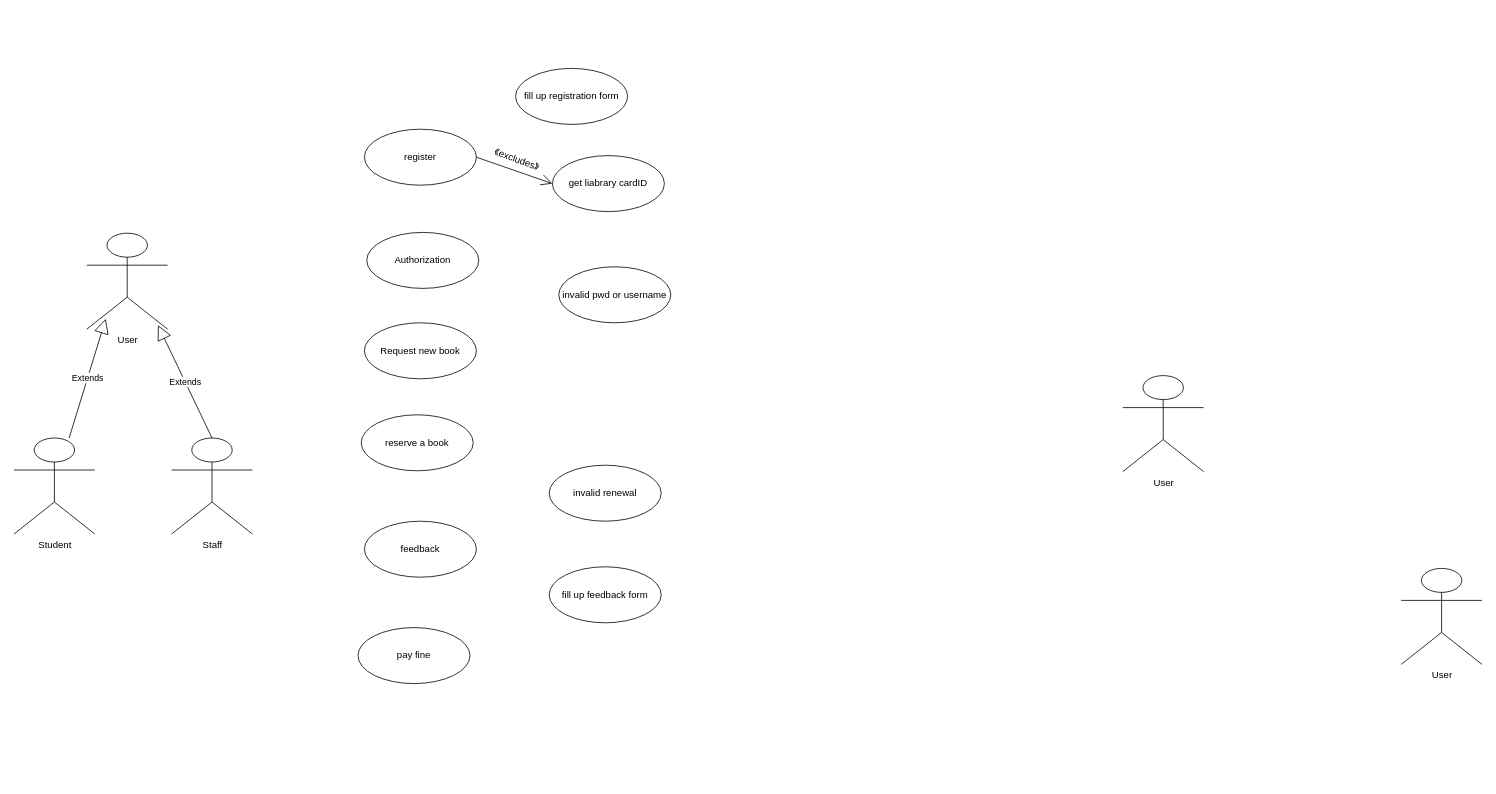
The draw.io diagram 未命名绘图.drawio in Forrest-Tao/draw.io, before the edit. Source tidied: cells renumbered, new cells numbered last; positions are measured from the earlier drawing's top-left corner, leaving out a move shared by most shapes. Both pictures are drawn from the tidied source at 80%, with x=0, y=0 at pixel (14, 68).
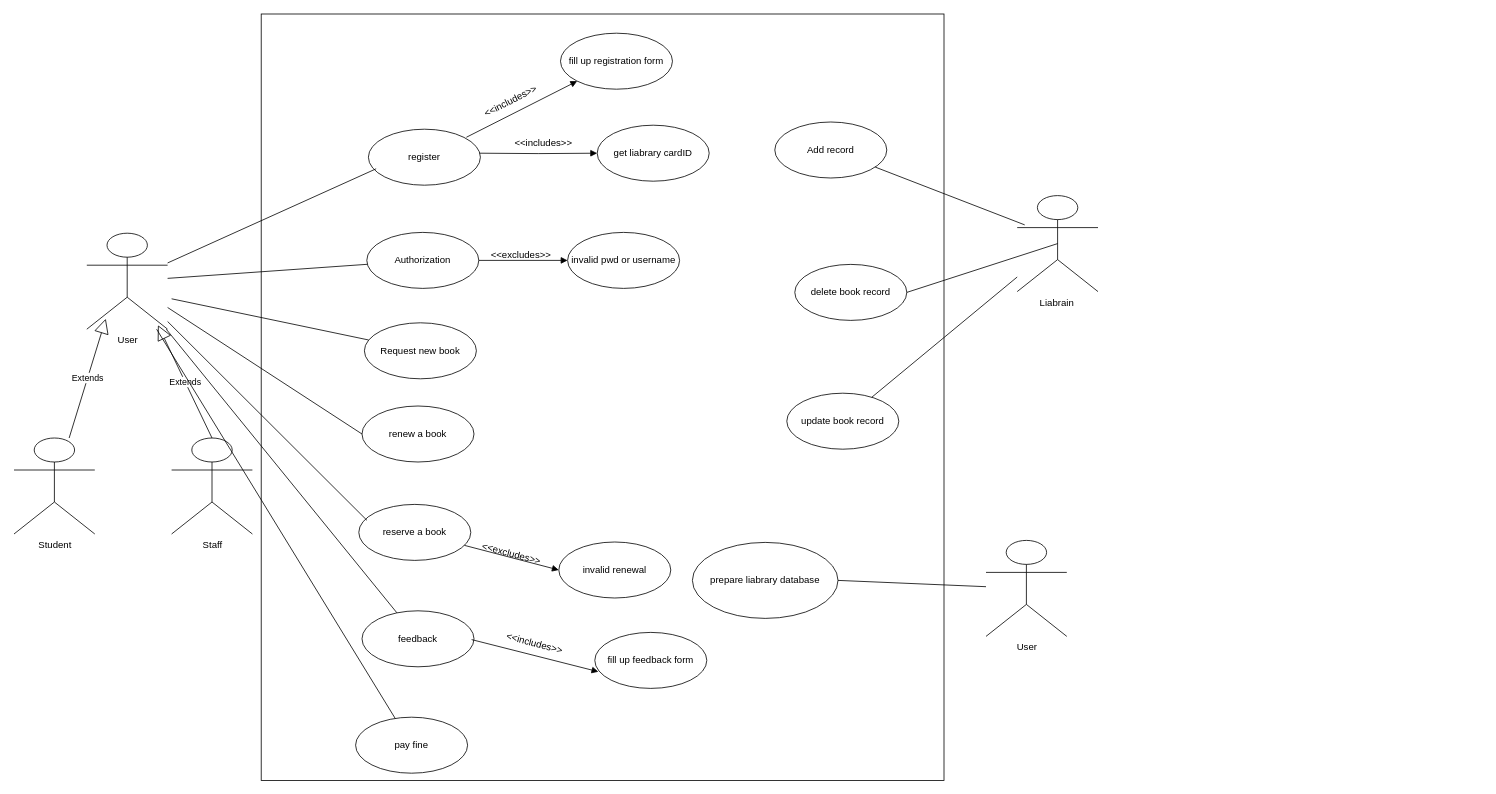
The same page after the edit.

Commit message:
图书管理系统画完了

Unchanged cells that the change refers to:
```xml
<mxCell id="2" value="User" style="shape=umlActor;verticalLabelPosition=bottom;verticalAlign=top;html=1;" parent="1" vertex="1">
  <mxGeometry x="91" y="206" width="101" height="120" as="geometry" />
</mxCell>
<mxCell id="7" value="Authorization" style="ellipse;whiteSpace=wrap;html=1;" parent="1" vertex="1">
  <mxGeometry x="441" y="205" width="140" height="70" as="geometry" />
</mxCell>
<mxCell id="11" value="Request new book" style="ellipse;whiteSpace=wrap;html=1;" parent="1" vertex="1">
  <mxGeometry x="438" y="318" width="140" height="70" as="geometry" />
</mxCell>
```

Change to the diagram source:
```diff
@@
-    <mxCell id="3" value="User" style="shape=umlActor;verticalLabelPosition=bottom;verticalAlign=top;html=1;" parent="1" vertex="1">
-      <mxGeometry x="1386" y="384" width="101" height="120" as="geometry" />
+    <mxCell id="3" value="Liabrain&amp;nbsp;" style="shape=umlActor;verticalLabelPosition=bottom;verticalAlign=top;html=1;" parent="1" vertex="1">
+      <mxGeometry x="1254" y="159" width="101" height="120" as="geometry" />
     </mxCell>
@@
     <mxCell id="6" value="User" style="shape=umlActor;verticalLabelPosition=bottom;verticalAlign=top;html=1;" parent="1" vertex="1">
-      <mxGeometry x="1734" y="625" width="101" height="120" as="geometry" />
+      <mxGeometry x="1215" y="590" width="101" height="120" as="geometry" />
     </mxCell>
@@
     <mxCell id="8" value="invalid pwd or username" style="ellipse;whiteSpace=wrap;html=1;" parent="1" vertex="1">
-      <mxGeometry x="681" y="248" width="140" height="70" as="geometry" />
+      <mxGeometry x="692" y="205" width="140" height="70" as="geometry" />
     </mxCell>
@@
     <mxCell id="12" value="reserve a book" style="ellipse;whiteSpace=wrap;html=1;" parent="1" vertex="1">
-      <mxGeometry x="434" y="433" width="140" height="70" as="geometry" />
+      <mxGeometry x="431" y="545" width="140" height="70" as="geometry" />
     </mxCell>
     <mxCell id="13" value="invalid renewal" style="ellipse;whiteSpace=wrap;html=1;" parent="1" vertex="1">
-      <mxGeometry x="669" y="496" width="140" height="70" as="geometry" />
+      <mxGeometry x="681" y="592" width="140" height="70" as="geometry" />
     </mxCell>
     <mxCell id="14" value="feedback" style="ellipse;whiteSpace=wrap;html=1;" parent="1" vertex="1">
-      <mxGeometry x="438" y="566" width="140" height="70" as="geometry" />
+      <mxGeometry x="435" y="678" width="140" height="70" as="geometry" />
     </mxCell>
     <mxCell id="15" value="fill up feedback form" style="ellipse;whiteSpace=wrap;html=1;" parent="1" vertex="1">
-      <mxGeometry x="669" y="623" width="140" height="70" as="geometry" />
+      <mxGeometry x="726" y="705" width="140" height="70" as="geometry" />
     </mxCell>
     <mxCell id="16" value="pay fine" style="ellipse;whiteSpace=wrap;html=1;" parent="1" vertex="1">
-      <mxGeometry x="430" y="699" width="140" height="70" as="geometry" />
+      <mxGeometry x="427" y="811" width="140" height="70" as="geometry" />
     </mxCell>
     <mxCell id="17" value="register" style="ellipse;whiteSpace=wrap;html=1;" parent="1" vertex="1">
-      <mxGeometry x="438" y="76" width="140" height="70" as="geometry" />
+      <mxGeometry x="443" y="76" width="140" height="70" as="geometry" />
     </mxCell>
     <mxCell id="18" value="fill up registration form" style="ellipse;whiteSpace=wrap;html=1;" parent="1" vertex="1">
-      <mxGeometry x="627" width="140" height="70" as="geometry" />
+      <mxGeometry x="683.1" y="-44" width="140" height="70" as="geometry" />
     </mxCell>
     <mxCell id="19" value="get liabrary cardID" style="ellipse;whiteSpace=wrap;html=1;" parent="1" vertex="1">
-      <mxGeometry x="673" y="109" width="140" height="70" as="geometry" />
+      <mxGeometry x="729" y="71" width="140" height="70" as="geometry" />
     </mxCell>
-    <mxCell id="20" style="endArrow=open;endFill=1;endSize=12;html=1;rounded=0;exitX=1;exitY=0.5;exitDx=0;exitDy=0;entryX=0;entryY=0.5;entryDx=0;entryDy=0;" parent="1" edge="1" source="17" target="19">
-      <mxGeometry relative="1" as="geometry" />
-    </mxCell>
-    <mxCell id="21" value="《excludes》" style="text;html=1;strokeColor=none;fillColor=none;align=center;verticalAlign=middle;whiteSpace=wrap;rounded=0;rotation=20;" parent="1" vertex="1">
-      <mxGeometry x="566.6" y="96.2" width="124" height="36" as="geometry" />
-    </mxCell>
+    <mxCell id="22" style="endArrow=block;endFill=1;html=1;edgeStyle=orthogonalEdgeStyle;align=left;verticalAlign=top;rounded=0;" parent="1" edge="1" target="19">
+      <mxGeometry x="-1" relative="1" as="geometry">
+        <mxPoint x="582" y="106" as="sourcePoint" />
+      </mxGeometry>
+    </mxCell>
+    <mxCell id="23" style="html=1;verticalAlign=bottom;endArrow=block;curved=0;rounded=0;exitX=0.875;exitY=0.144;exitDx=0;exitDy=0;exitPerimeter=0;" parent="1" edge="1" source="17" target="18">
+      <mxGeometry relative="1" as="geometry" />
+    </mxCell>
+    <mxCell id="24" value="&amp;lt;&amp;lt;includes&amp;gt;&amp;gt;" style="text;html=1;strokeColor=none;fillColor=none;align=center;verticalAlign=middle;whiteSpace=wrap;rounded=0;rotation=-27;" parent="1" vertex="1">
+      <mxGeometry x="591.1" y="26" width="60" height="30" as="geometry" />
+    </mxCell>
+    <mxCell id="25" value="&amp;lt;&amp;lt;includes&amp;gt;&amp;gt;" style="text;html=1;strokeColor=none;fillColor=none;align=center;verticalAlign=middle;whiteSpace=wrap;rounded=0;" parent="1" vertex="1">
+      <mxGeometry x="632" y="79" width="60" height="30" as="geometry" />
+    </mxCell>
+    <mxCell id="26" style="endArrow=block;endFill=1;html=1;edgeStyle=orthogonalEdgeStyle;align=left;verticalAlign=top;rounded=0;" parent="1" edge="1" source="7" target="8">
+      <mxGeometry x="-1" relative="1" as="geometry" />
+    </mxCell>
+    <mxCell id="27" value="&amp;lt;&amp;lt;excludes&amp;gt;&amp;gt;" style="text;html=1;strokeColor=none;fillColor=none;align=center;verticalAlign=middle;whiteSpace=wrap;rounded=0;" parent="1" vertex="1">
+      <mxGeometry x="604" y="219" width="60" height="30" as="geometry" />
+    </mxCell>
+    <mxCell id="28" style="rounded=0;whiteSpace=wrap;html=1;fillColor=none;" parent="1" vertex="1">
+      <mxGeometry x="309" y="-68" width="853.5" height="958" as="geometry" />
+    </mxCell>
+    <mxCell id="29" style="html=1;verticalAlign=bottom;endArrow=block;curved=0;rounded=0;entryX=0;entryY=0.5;entryDx=0;entryDy=0;" parent="1" edge="1" source="12" target="13">
+      <mxGeometry relative="1" as="geometry" />
+    </mxCell>
+    <mxCell id="30" value="&amp;lt;&amp;lt;excludes&amp;gt;&amp;gt;" style="text;html=1;strokeColor=none;fillColor=none;align=center;verticalAlign=middle;whiteSpace=wrap;rounded=0;rotation=15;" parent="1" vertex="1">
+      <mxGeometry x="592" y="592" width="60" height="30" as="geometry" />
+    </mxCell>
+    <mxCell id="31" value="&amp;lt;&amp;lt;includes&amp;gt;&amp;gt;" style="text;html=1;strokeColor=none;fillColor=none;align=center;verticalAlign=middle;whiteSpace=wrap;rounded=0;rotation=15;" parent="1" vertex="1">
+      <mxGeometry x="617" y="705" width="68" height="27" as="geometry" />
+    </mxCell>
+    <mxCell id="32" style="html=1;verticalAlign=bottom;endArrow=block;curved=0;rounded=0;entryX=0.032;entryY=0.702;entryDx=0;entryDy=0;entryPerimeter=0;" parent="1" edge="1" target="15">
+      <mxGeometry relative="1" as="geometry">
+        <mxPoint x="572" y="714" as="sourcePoint" />
+      </mxGeometry>
+    </mxCell>
+    <mxCell id="33" value="renew a book" style="ellipse;whiteSpace=wrap;html=1;" parent="1" vertex="1">
+      <mxGeometry x="435" y="422" width="140" height="70" as="geometry" />
+    </mxCell>
+    <mxCell id="34" value="Add record" style="ellipse;whiteSpace=wrap;html=1;" parent="1" vertex="1">
+      <mxGeometry x="951" y="67" width="140" height="70" as="geometry" />
+    </mxCell>
+    <mxCell id="35" value="delete book record" style="ellipse;whiteSpace=wrap;html=1;" parent="1" vertex="1">
+      <mxGeometry x="976" y="245" width="140" height="70" as="geometry" />
+    </mxCell>
+    <mxCell id="36" value="update book record" style="ellipse;whiteSpace=wrap;html=1;" parent="1" vertex="1">
+      <mxGeometry x="966" y="406" width="140" height="70" as="geometry" />
+    </mxCell>
+    <mxCell id="37" value="prepare liabrary database" style="ellipse;whiteSpace=wrap;html=1;" parent="1" vertex="1">
+      <mxGeometry x="848" y="592.5" width="182" height="95" as="geometry" />
+    </mxCell>
+    <mxCell id="38" style="endArrow=none;html=1;rounded=0;entryX=0.093;entryY=0.305;entryDx=0;entryDy=0;entryPerimeter=0;" parent="1" edge="1" source="34" target="3">
+      <mxGeometry relative="1" as="geometry" />
+    </mxCell>
+    <mxCell id="39" style="endArrow=none;html=1;rounded=0;entryX=0.5;entryY=0.5;entryDx=0;entryDy=0;entryPerimeter=0;exitX=1;exitY=0.5;exitDx=0;exitDy=0;" parent="1" edge="1" source="35" target="3">
+      <mxGeometry relative="1" as="geometry" />
+    </mxCell>
+    <mxCell id="40" style="endArrow=none;html=1;rounded=0;" parent="1" edge="1" source="36" target="3">
+      <mxGeometry relative="1" as="geometry" />
+    </mxCell>
+    <mxCell id="41" style="endArrow=none;html=1;rounded=0;exitX=1;exitY=0.5;exitDx=0;exitDy=0;" parent="1" edge="1" source="37" target="6">
+      <mxGeometry relative="1" as="geometry" />
+    </mxCell>
+    <mxCell id="42" style="endArrow=none;html=1;rounded=0;entryX=0.069;entryY=0.707;entryDx=0;entryDy=0;entryPerimeter=0;" parent="1" edge="1" source="2" target="17">
+      <mxGeometry relative="1" as="geometry" />
+    </mxCell>
+    <mxCell id="43" style="endArrow=none;html=1;rounded=0;" parent="1" edge="1" source="2" target="7">
+      <mxGeometry relative="1" as="geometry" />
+    </mxCell>
+    <mxCell id="44" style="endArrow=none;html=1;rounded=0;" parent="1" edge="1" target="11">
+      <mxGeometry relative="1" as="geometry">
+        <mxPoint x="197" y="288" as="sourcePoint" />
+      </mxGeometry>
+    </mxCell>
+    <mxCell id="45" style="endArrow=none;html=1;rounded=0;entryX=0;entryY=0.5;entryDx=0;entryDy=0;" parent="1" edge="1" source="2" target="33">
+      <mxGeometry relative="1" as="geometry" />
+    </mxCell>
+    <mxCell id="46" style="endArrow=none;html=1;rounded=0;entryX=0.073;entryY=0.285;entryDx=0;entryDy=0;entryPerimeter=0;" parent="1" edge="1" source="2" target="12">
+      <mxGeometry relative="1" as="geometry" />
+    </mxCell>
+    <mxCell id="47" style="endArrow=none;html=1;rounded=0;" parent="1" edge="1" source="2" target="14">
+      <mxGeometry relative="1" as="geometry" />
+    </mxCell>
+    <mxCell id="48" style="endArrow=none;html=1;rounded=0;" parent="1" edge="1" source="2" target="16">
+      <mxGeometry relative="1" as="geometry" />
+    </mxCell>
```
